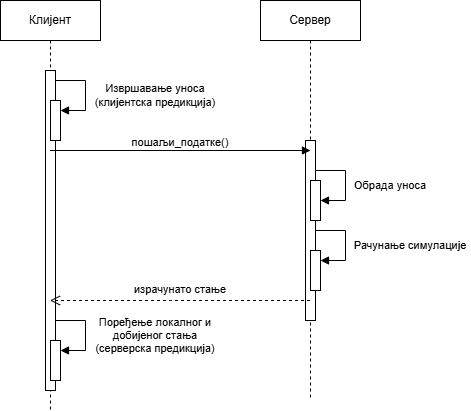
NevenIlincic/diplomski-rad keeps this draw.io diagram as slike/Sequence_Diagram.png. Above is the earlier version. Source tidied: cells renumbered, new cells last; positions are measured from the earlier drawing's top-left corner, leaving out a move shared by most shapes.
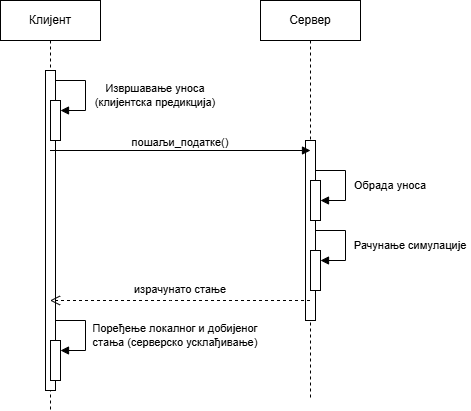
After the commit.

Commit message:
[UPDATE] Dijagram sekvenci

What changed in the source:
```diff
@@ -87,8 +87,8 @@
     <mxCell id="20" value="&lt;font&gt;израчунато стање&lt;/font&gt;" style="text;html=1;whiteSpace=wrap;strokeColor=none;fillColor=none;align=center;verticalAlign=middle;rounded=0;fontSize=11;" parent="1" vertex="1">
       <mxGeometry x="130" y="274" width="100" height="30" as="geometry" />
     </mxCell>
-    <mxCell id="21" value="&lt;font&gt;Поређење локалног и добијеног стања (серверска предикција)&lt;/font&gt;" style="text;html=1;whiteSpace=wrap;strokeColor=none;fillColor=none;align=center;verticalAlign=middle;rounded=0;fontSize=11;" parent="1" vertex="1">
-      <mxGeometry x="90" y="320" width="130" height="30" as="geometry" />
+    <mxCell id="21" value="&lt;font&gt;Поређење локалног и добијеног стања (серверско усклађивање)&lt;/font&gt;" style="text;html=1;whiteSpace=wrap;strokeColor=none;fillColor=none;align=center;verticalAlign=middle;rounded=0;fontSize=11;" parent="1" vertex="1">
+      <mxGeometry x="90" y="320" width="170" height="30" as="geometry" />
     </mxCell>
   </root>
 </mxGraphModel>
```
